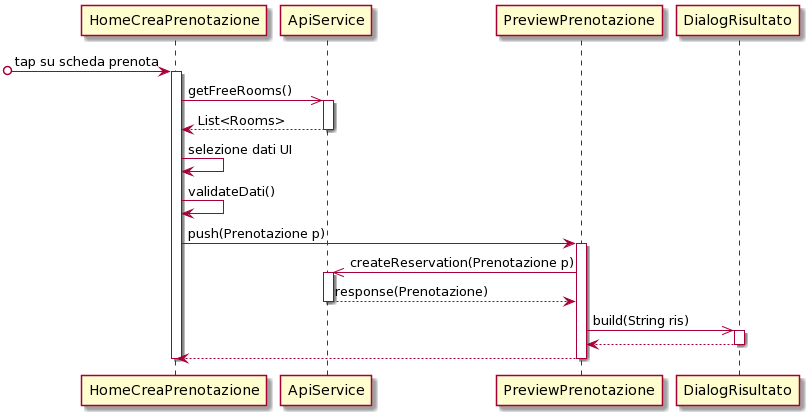
Earlier version of the PlantUML export manualeSviluppatore/content/6 Applicazione Mobile/6.5 Sequenza/diagramma_sequenza2.png (Butterneck/Blockcovid).
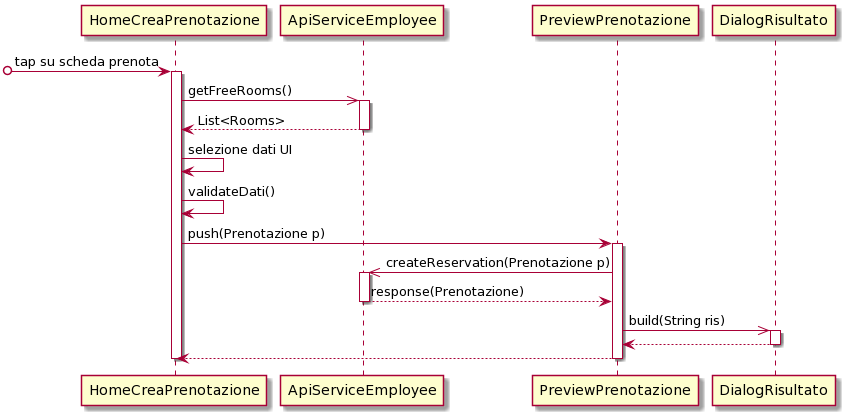
The same file after the commit.

The edit, as a diff of the source:
```diff
@@ -2,11 +2,11 @@
 [o-> HomeCreaPrenotazione : tap su scheda prenota
 activate HomeCreaPrenotazione
 
-HomeCreaPrenotazione ->> ApiService: getFreeRooms()
-activate ApiService
+HomeCreaPrenotazione ->> ApiServiceEmployee : getFreeRooms()
+activate ApiServiceEmployee
 
-ApiService --> HomeCreaPrenotazione: List<Rooms>
-deactivate ApiService
+ApiServiceEmployee --> HomeCreaPrenotazione: List<Rooms>
+deactivate ApiServiceEmployee
 
 HomeCreaPrenotazione -> HomeCreaPrenotazione: selezione dati UI
 
@@ -15,11 +15,11 @@
 HomeCreaPrenotazione -> PreviewPrenotazione: push(Prenotazione p)
 activate PreviewPrenotazione
 
-PreviewPrenotazione ->> ApiService: createReservation(Prenotazione p)
-activate ApiService
+PreviewPrenotazione ->> ApiServiceEmployee : createReservation(Prenotazione p)
+activate ApiServiceEmployee
 
-ApiService --> PreviewPrenotazione: response(Prenotazione)
-deactivate ApiService
+ApiServiceEmployee --> PreviewPrenotazione: response(Prenotazione)
+deactivate ApiServiceEmployee
 
 PreviewPrenotazione ->> DialogRisultato: build(String ris)
 activate DialogRisultato
```
